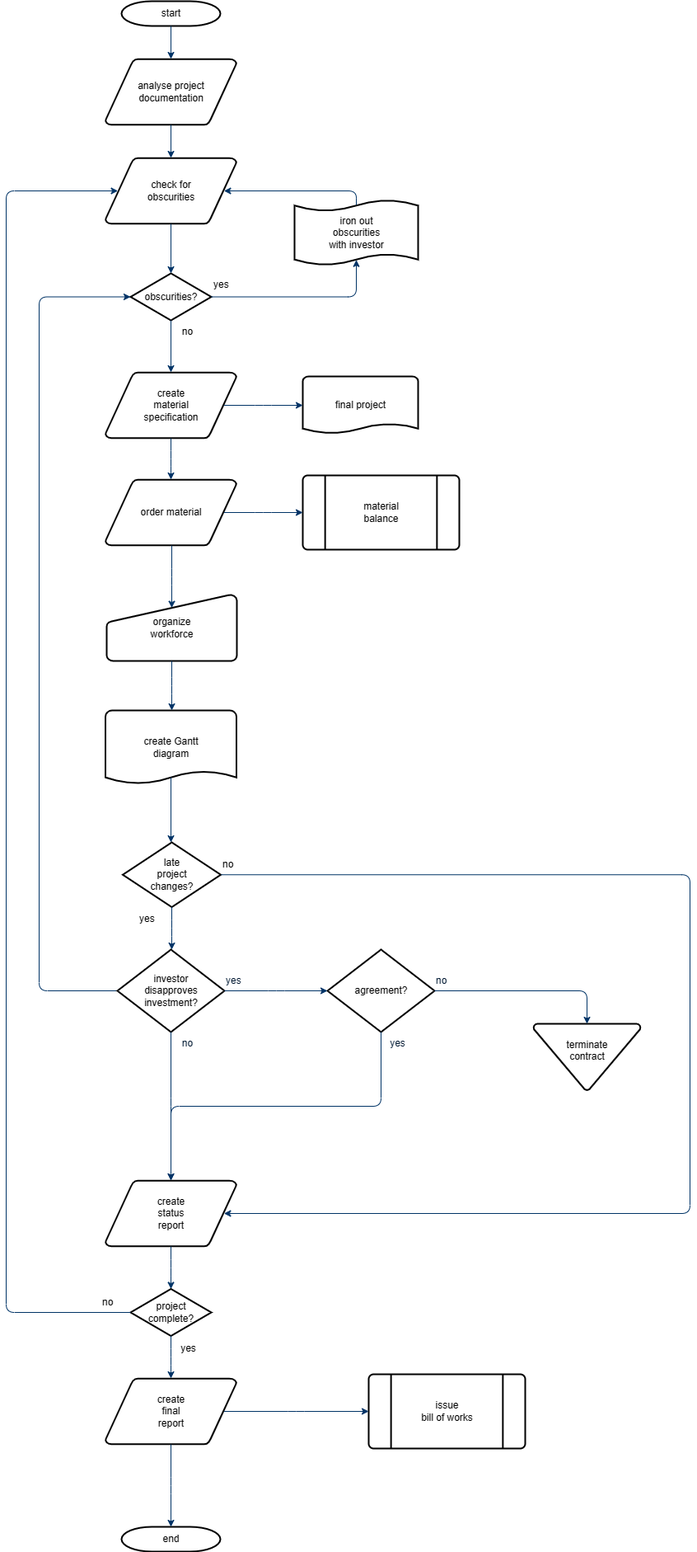
mulegan/draw-.io keeps this draw.io diagram as VissimMap.drawio.png. Above is the earlier version. Source tidied: cells renumbered, new cells last; positions are measured from the earlier drawing's top-left corner, leaving out a move shared by most shapes.
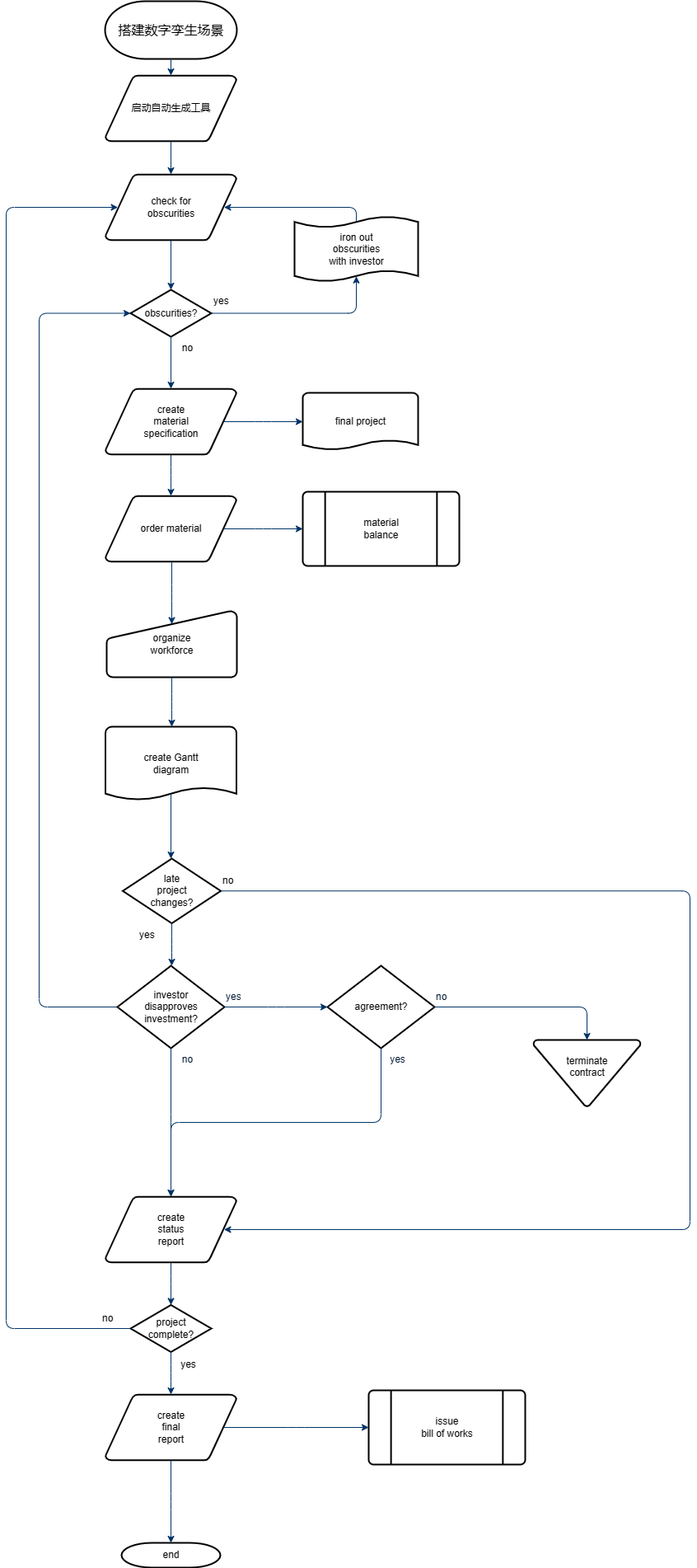
Above is the later version.

Change to the diagram source:
```diff
@@ -2,10 +2,10 @@
   <root>
     <mxCell id="0" />
     <mxCell id="1" parent="0" />
-    <mxCell id="2" value="start" style="shape=mxgraph.flowchart.terminator;strokeWidth=2;gradientColor=none;gradientDirection=north;fontStyle=0;html=1;" parent="1" vertex="1">
-      <mxGeometry x="140" width="120" height="30" as="geometry" />
+    <mxCell id="2" value="&lt;font style=&quot;font-size: 16px;&quot;&gt;搭建数字孪生场景&lt;/font&gt;" style="shape=mxgraph.flowchart.terminator;strokeWidth=2;gradientColor=none;gradientDirection=north;fontStyle=0;html=1;" parent="1" vertex="1">
+      <mxGeometry x="120" y="-20" width="160" height="70" as="geometry" />
     </mxCell>
-    <mxCell id="3" value="analyse project&#10; documentation" style="shape=mxgraph.flowchart.data;strokeWidth=2;gradientColor=none;gradientDirection=north;fontStyle=0;html=1;" parent="1" vertex="1">
+    <mxCell id="3" value="启动自动生成工具" style="shape=mxgraph.flowchart.data;strokeWidth=2;gradientColor=none;gradientDirection=north;fontStyle=0;html=1;" parent="1" vertex="1">
       <mxGeometry x="120.5" y="70" width="159" height="80" as="geometry" />
     </mxCell>
     <mxCell id="4" value="create&#10;material&#10;specification" style="shape=mxgraph.flowchart.data;strokeWidth=2;gradientColor=none;gradientDirection=north;fontStyle=0;html=1;" parent="1" vertex="1">
```
